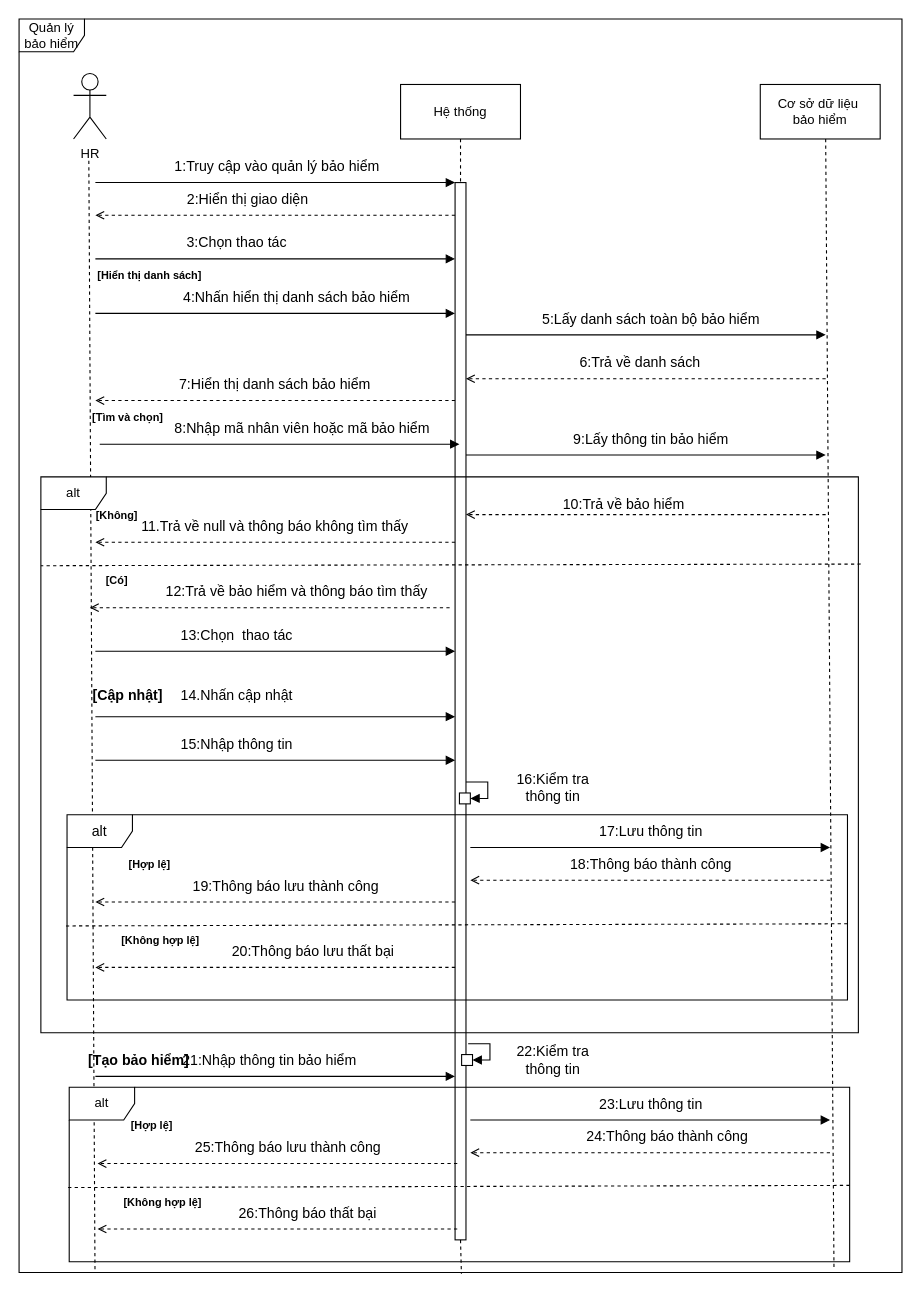
Earlier version of the draw.io diagram QuanLyBaoHiem_sequence.drawio (hoangda24312/Group4-DesigningSystem). Source tidied: cells renumbered, new cells numbered last; positions are measured from the earlier drawing's top-left corner, leaving out a move shared by most shapes. Both pictures are drawn from the tidied source at 109%, with x=0, y=0 at pixel (19, 19).
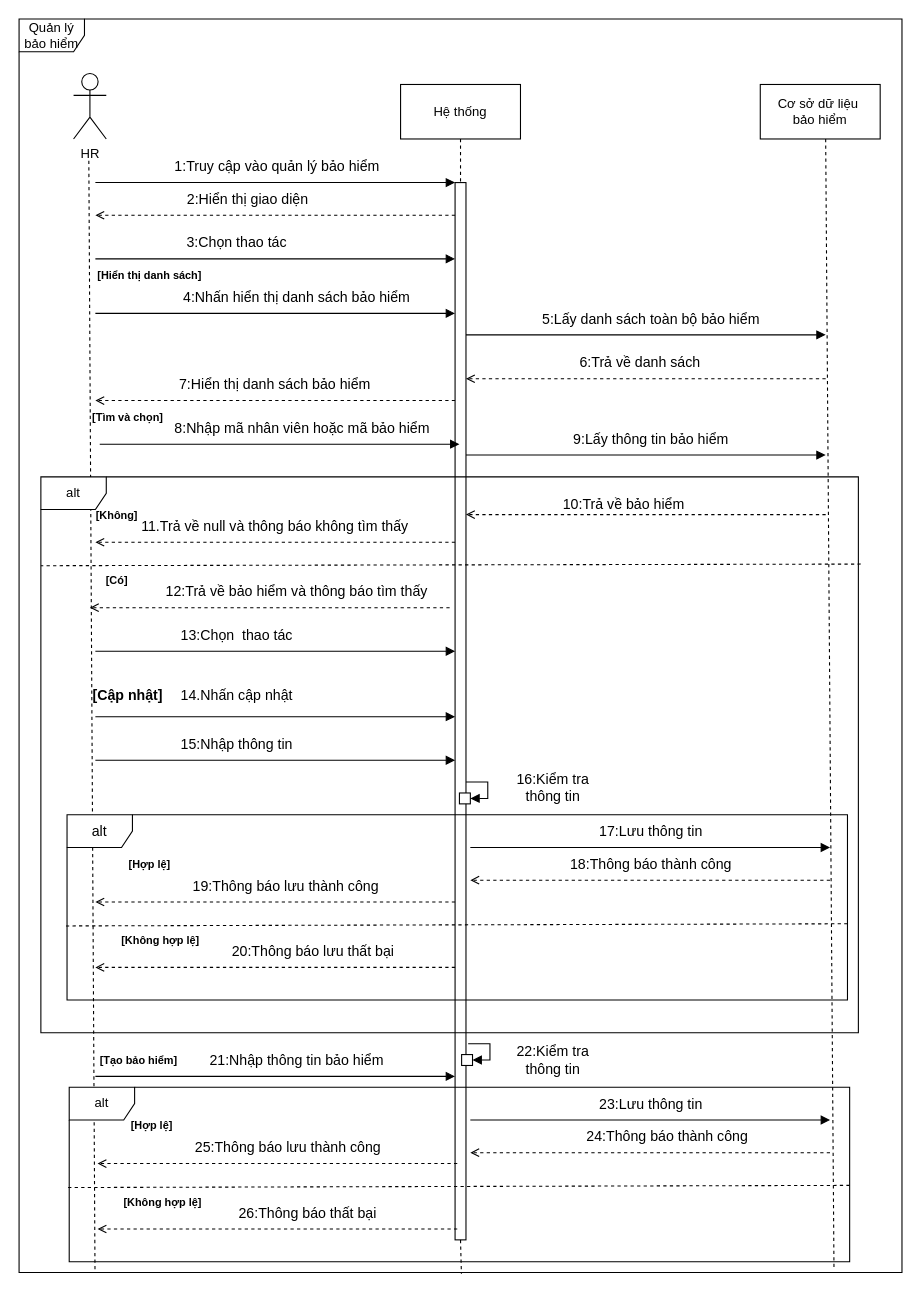
The same page after the edit.

Change to the diagram source:
```diff
@@
     <mxCell id="64" value="21:Nhập thông tin bảo hiểm" style="text;html=1;whiteSpace=wrap;strokeColor=none;fillColor=none;align=center;verticalAlign=middle;rounded=0;fontSize=13;" parent="1" vertex="1">
-      <mxGeometry x="105" y="940" width="250" height="30" as="geometry" />
+      <mxGeometry x="130" y="940" width="250" height="30" as="geometry" />
     </mxCell>
-    <mxCell id="65" value="&lt;b&gt;[Tạo bảo hiểm]&lt;/b&gt;" style="text;html=1;whiteSpace=wrap;strokeColor=none;fillColor=none;align=center;verticalAlign=middle;rounded=0;fontSize=13;" parent="1" vertex="1">
+    <mxCell id="65" value="&lt;b&gt;[Tạo bảo hiểm]&lt;/b&gt;" style="text;html=1;whiteSpace=wrap;strokeColor=none;fillColor=none;align=center;verticalAlign=middle;rounded=0;fontSize=10;" parent="1" vertex="1">
       <mxGeometry x="40" y="940" width="140" height="30" as="geometry" />
     </mxCell>
```
